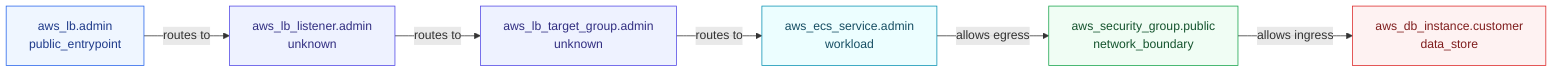
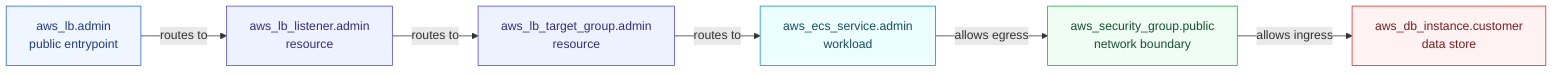
flowchart LR
  %% ChangeGate Graph Path
-   n1["aws_db_instance.customer<br/>data_store"]
+   n1["aws_db_instance.customer<br/>data store"]
  n2["aws_ecs_service.admin<br/>workload"]
-   n3["aws_lb.admin<br/>public_entrypoint"]
-   n4["aws_lb_listener.admin<br/>unknown"]
-   n5["aws_lb_target_group.admin<br/>unknown"]
-   n6["aws_security_group.public<br/>network_boundary"]
+   n3["aws_lb.admin<br/>public entrypoint"]
+   n4["aws_lb_listener.admin<br/>resource"]
+   n5["aws_lb_target_group.admin<br/>resource"]
+   n6["aws_security_group.public<br/>network boundary"]
  n2 -->|"allows egress"| n6
  n3 -->|"routes to"| n4
  n4 -->|"routes to"| n5
  n5 -->|"routes to"| n2
  n6 -->|"allows ingress"| n1
  classDef default fill:#f8fafc,stroke:#94a3b8,color:#0f172a
  classDef changed fill:#fff7ed,stroke:#f97316,color:#7c2d12
  classDef public fill:#eff6ff,stroke:#2563eb,color:#1e3a8a
  classDef workload fill:#ecfeff,stroke:#0891b2,color:#164e63
  classDef sensitive fill:#fef2f2,stroke:#dc2626,color:#7f1d1d
  classDef principal fill:#f5f3ff,stroke:#7c3aed,color:#3b0764
  classDef policy fill:#fdf4ff,stroke:#c026d3,color:#701a75
  classDef network fill:#f0fdf4,stroke:#16a34a,color:#14532d
  classDef path fill:#eef2ff,stroke:#4f46e5,color:#312e81
  classDef block fill:#fee2e2,stroke:#b91c1c,color:#7f1d1d
  classDef warn fill:#fef3c7,stroke:#d97706,color:#78350f
  classDef allow fill:#dcfce7,stroke:#16a34a,color:#14532d
  classDef internet fill:#e0f2fe,stroke:#0284c7,color:#0c4a6e
  class n1 sensitive
  class n2 workload
  class n3 public
  class n4 path
  class n5 path
  class n6 network
